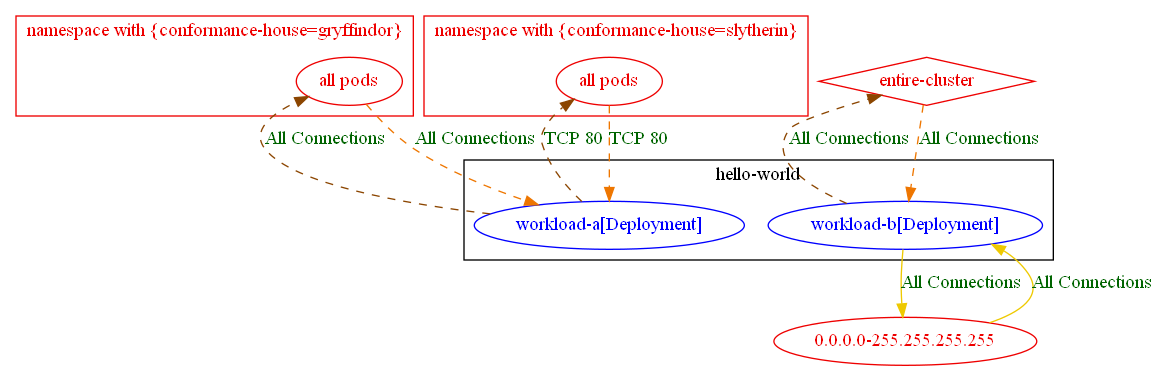
Earlier version of the Graphviz export test_outputs/connlist/exposure_test_with_anp_2_w_np_exposure_output.dot.png (np-guard/netpol-analyzer). Its source is kept beside it as test_outputs/connlist/exposure_test_with_anp_2_w_np_exposure_output.dot.
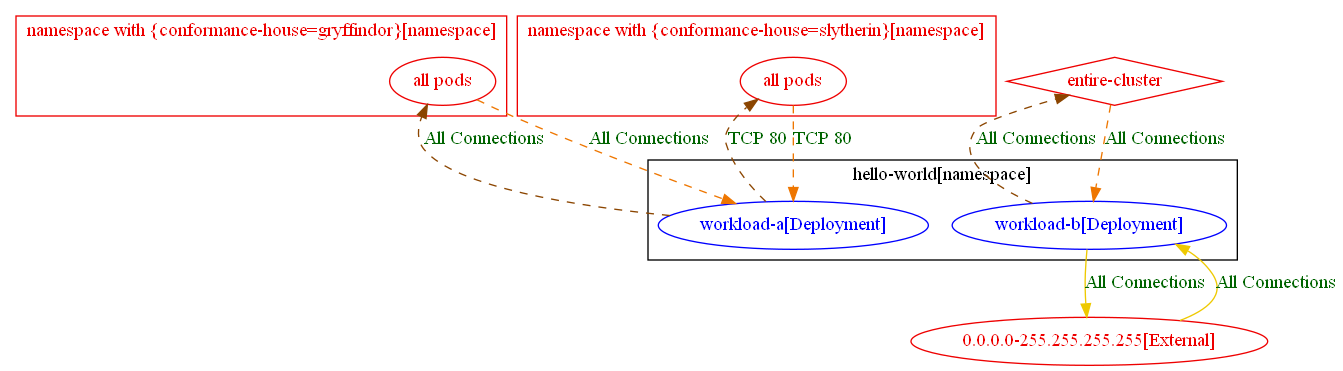
After the commit.

The edit, as a diff of the source:
```diff
@@ -1,31 +1,31 @@
 digraph {
-	subgraph "cluster_hello_world" {
+	subgraph "cluster_hello_world[namespace]" {
 		color="black"
 		fontcolor="black"
 		"hello-world/workload-a[Deployment]" [label="workload-a[Deployment]" color="blue" fontcolor="blue"]
 		"hello-world/workload-b[Deployment]" [label="workload-b[Deployment]" color="blue" fontcolor="blue"]
-		label="hello-world"
+		label="hello-world[namespace]"
 	}
-	subgraph "cluster_namespace with {conformance_house=gryffindor}" {
+	subgraph "cluster_namespace with {conformance_house=gryffindor}[namespace]" {
 		color="red2"
 		fontcolor="red2"
 		"all pods_in_namespace with {conformance-house=gryffindor}" [label="all pods" color="red2" fontcolor="red2"]
-		label="namespace with {conformance-house=gryffindor}"
+		label="namespace with {conformance-house=gryffindor}[namespace]"
 	}
-	subgraph "cluster_namespace with {conformance_house=slytherin}" {
+	subgraph "cluster_namespace with {conformance_house=slytherin}[namespace]" {
 		color="red2"
 		fontcolor="red2"
 		"all pods_in_namespace with {conformance-house=slytherin}" [label="all pods" color="red2" fontcolor="red2"]
-		label="namespace with {conformance-house=slytherin}"
+		label="namespace with {conformance-house=slytherin}[namespace]"
 	}
-	"0.0.0.0-255.255.255.255" [label="0.0.0.0-255.255.255.255" color="red2" fontcolor="red2"]
+	"0.0.0.0-255.255.255.255[External]" [label="0.0.0.0-255.255.255.255[External]" color="red2" fontcolor="red2"]
 	"entire-cluster" [label="entire-cluster" color="red2" fontcolor="red2" shape=diamond]
-	"0.0.0.0-255.255.255.255" -> "hello-world/workload-b[Deployment]" [label="All Connections" color="gold2" fontcolor="darkgreen" weight=0.5]
+	"0.0.0.0-255.255.255.255[External]" -> "hello-world/workload-b[Deployment]" [label="All Connections" color="gold2" fontcolor="darkgreen" weight=0.5]
 	"all pods_in_namespace with {conformance-house=gryffindor}" -> "hello-world/workload-a[Deployment]" [label="All Connections" color="darkorange2" fontcolor="darkgreen" weight=1 style=dashed]
 	"all pods_in_namespace with {conformance-house=slytherin}" -> "hello-world/workload-a[Deployment]" [label="TCP 80" color="darkorange2" fontcolor="darkgreen" weight=1 style=dashed]
 	"entire-cluster" -> "hello-world/workload-b[Deployment]" [label="All Connections" color="darkorange2" fontcolor="darkgreen" weight=1 style=dashed]
 	"hello-world/workload-a[Deployment]" -> "all pods_in_namespace with {conformance-house=gryffindor}" [label="All Connections" color="darkorange4" fontcolor="darkgreen" weight=0.5 style=dashed]
 	"hello-world/workload-a[Deployment]" -> "all pods_in_namespace with {conformance-house=slytherin}" [label="TCP 80" color="darkorange4" fontcolor="darkgreen" weight=0.5 style=dashed]
-	"hello-world/workload-b[Deployment]" -> "0.0.0.0-255.255.255.255" [label="All Connections" color="gold2" fontcolor="darkgreen" weight=1]
+	"hello-world/workload-b[Deployment]" -> "0.0.0.0-255.255.255.255[External]" [label="All Connections" color="gold2" fontcolor="darkgreen" weight=1]
 	"hello-world/workload-b[Deployment]" -> "entire-cluster" [label="All Connections" color="darkorange4" fontcolor="darkgreen" weight=0.5 style=dashed]
 }
```
